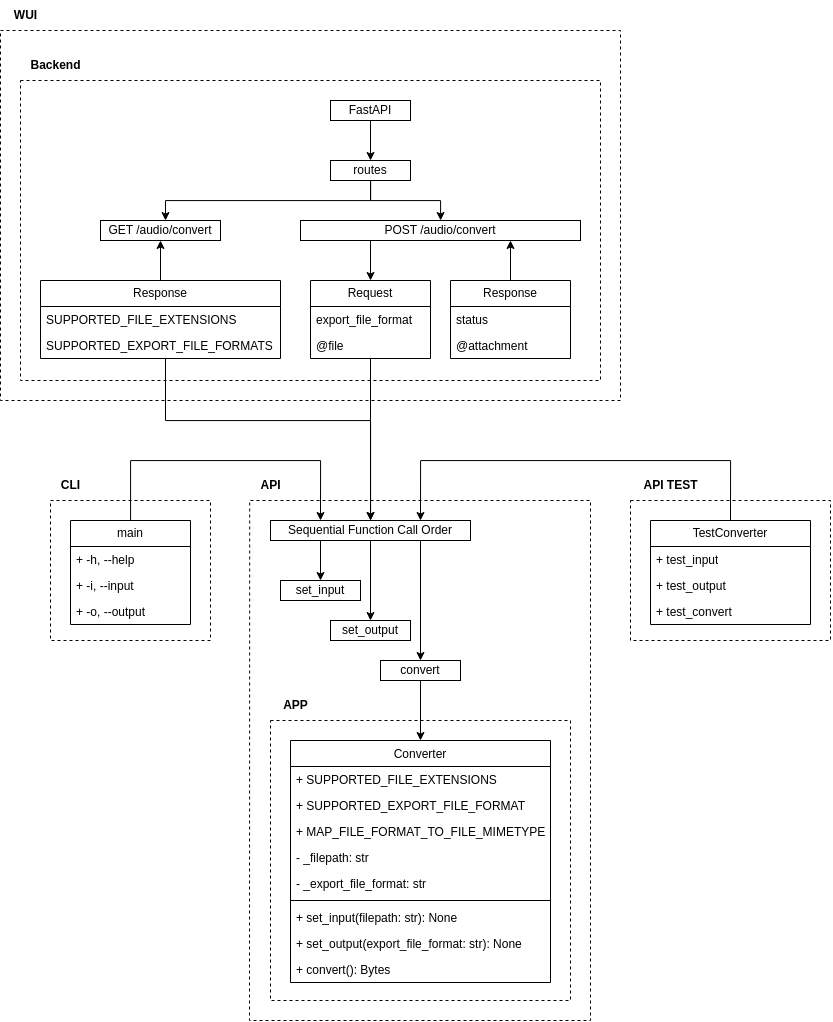
Before: _readme/Diagram-WUI.drawio.png, a diagram exported from draw.io (ames0k0/TP--Audio-File-Converter). Source tidied: cells renumbered, new cells last; positions are measured from the earlier drawing's top-left corner, leaving out a move shared by most shapes.
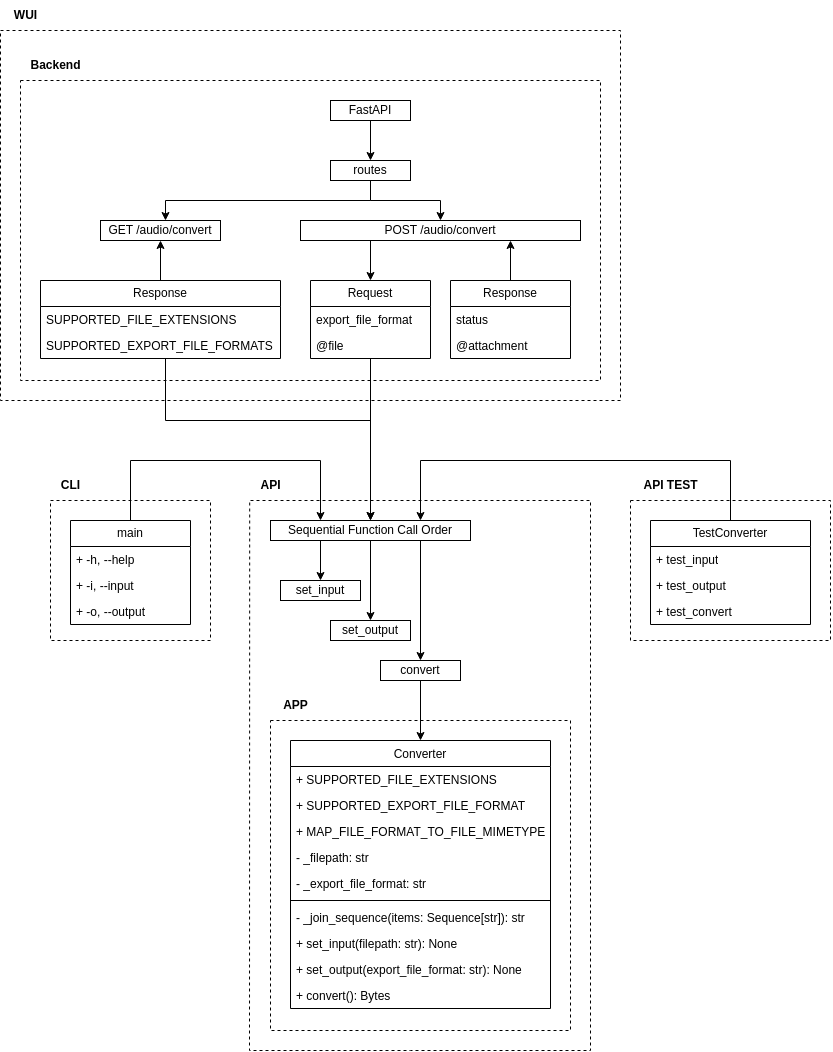
Later version of the same file.

Diff of the diagram source:
```diff
@@ -22,9 +22,9 @@
         <Array as="points">
           <mxPoint x="590" y="500" />
           <mxPoint x="590" y="820" />
-          <mxPoint x="590" y="1020" />
-          <mxPoint x="410" y="1020" />
-          <mxPoint x="249" y="1020" />
+          <mxPoint x="590" y="1050" />
+          <mxPoint x="410" y="1050" />
+          <mxPoint x="249" y="1050" />
         </Array>
       </mxGeometry>
     </mxCell>
@@ -59,8 +59,8 @@
         <Array as="points">
           <mxPoint x="430" y="720" />
           <mxPoint x="570" y="720" />
-          <mxPoint x="570" y="1000" />
-          <mxPoint x="270" y="1000" />
+          <mxPoint x="570" y="1030" />
+          <mxPoint x="270" y="1030" />
         </Array>
       </mxGeometry>
     </mxCell>
@@ -68,7 +68,7 @@
       <mxGeometry x="270" y="690" width="50" height="30" as="geometry" />
     </mxCell>
     <mxCell id="15" value="&lt;span style=&quot;font-weight: normal;&quot;&gt;Converter&lt;/span&gt;" style="swimlane;fontStyle=1;align=center;verticalAlign=top;horizontal=1;startSize=26;whiteSpace=wrap;html=1;" parent="1" vertex="1">
-      <mxGeometry x="290" y="740" width="260" height="242" as="geometry" />
+      <mxGeometry x="290" y="740" width="260" height="268" as="geometry" />
     </mxCell>
     <mxCell id="16" value="+ SUPPORTED_FILE_EXTENSIONS" style="text;strokeColor=none;fillColor=none;align=left;verticalAlign=top;spacingLeft=4;spacingRight=4;overflow=hidden;whiteSpace=wrap;html=1;" parent="15" vertex="1">
       <mxGeometry y="26" width="260" height="26" as="geometry" />
@@ -88,14 +88,17 @@
     <mxCell id="21" style="line;strokeWidth=1;fillColor=none;align=left;verticalAlign=middle;spacingTop=-1;spacingLeft=3;spacingRight=3;labelPosition=right;strokeColor=inherit;" parent="15" vertex="1">
       <mxGeometry y="156" width="260" height="8" as="geometry" />
     </mxCell>
+    <mxCell id="63" value="- _join_sequence(items: Sequence[str]): str" style="text;strokeColor=none;fillColor=none;align=left;verticalAlign=top;spacingLeft=4;spacingRight=4;overflow=hidden;whiteSpace=wrap;html=1;" parent="15" vertex="1">
+      <mxGeometry y="164" width="260" height="26" as="geometry" />
+    </mxCell>
     <mxCell id="22" value="+ set_input(filepath: str): None" style="text;strokeColor=none;fillColor=none;align=left;verticalAlign=top;spacingLeft=4;spacingRight=4;overflow=hidden;whiteSpace=wrap;html=1;" parent="15" vertex="1">
-      <mxGeometry y="164" width="260" height="26" as="geometry" />
+      <mxGeometry y="190" width="260" height="26" as="geometry" />
     </mxCell>
     <mxCell id="23" value="+ set_output(export_file_format: str): None" style="text;strokeColor=none;fillColor=none;align=left;verticalAlign=top;spacingLeft=4;spacingRight=4;overflow=hidden;whiteSpace=wrap;html=1;" parent="15" vertex="1">
-      <mxGeometry y="190" width="260" height="26" as="geometry" />
+      <mxGeometry y="216" width="260" height="26" as="geometry" />
     </mxCell>
     <mxCell id="24" value="+ convert(): Bytes" style="text;strokeColor=none;fillColor=none;align=left;verticalAlign=top;spacingLeft=4;spacingRight=4;overflow=hidden;whiteSpace=wrap;html=1;" parent="15" vertex="1">
-      <mxGeometry y="216" width="260" height="26" as="geometry" />
+      <mxGeometry y="242" width="260" height="26" as="geometry" />
     </mxCell>
     <mxCell id="25" value="set_output" style="whiteSpace=wrap;html=1;" parent="1" vertex="1">
       <mxGeometry x="330" y="620" width="80" height="20" as="geometry" />
```
